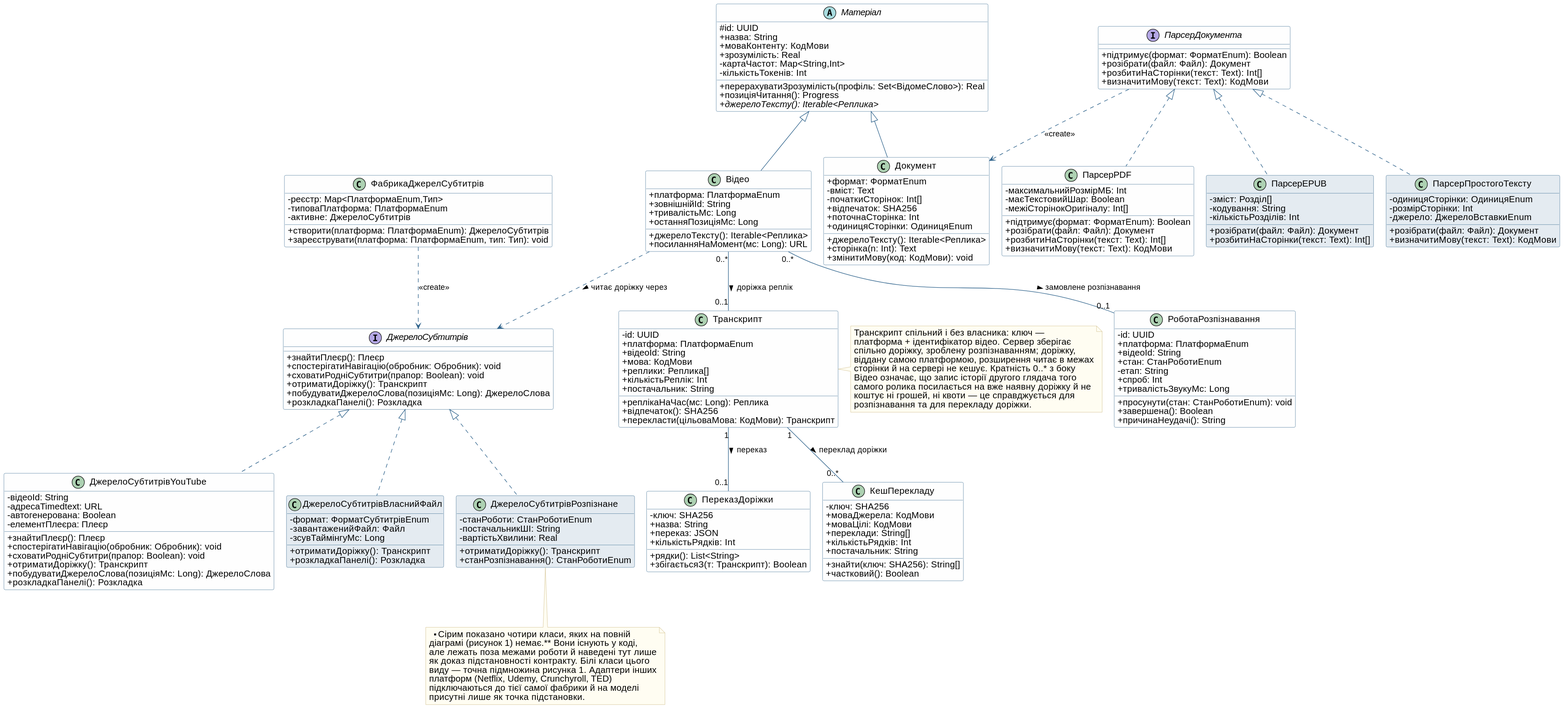
Above: lab02_classes/classes_view3.svg in vt232kod-debug/software-modeling (PlantUML), before the change.
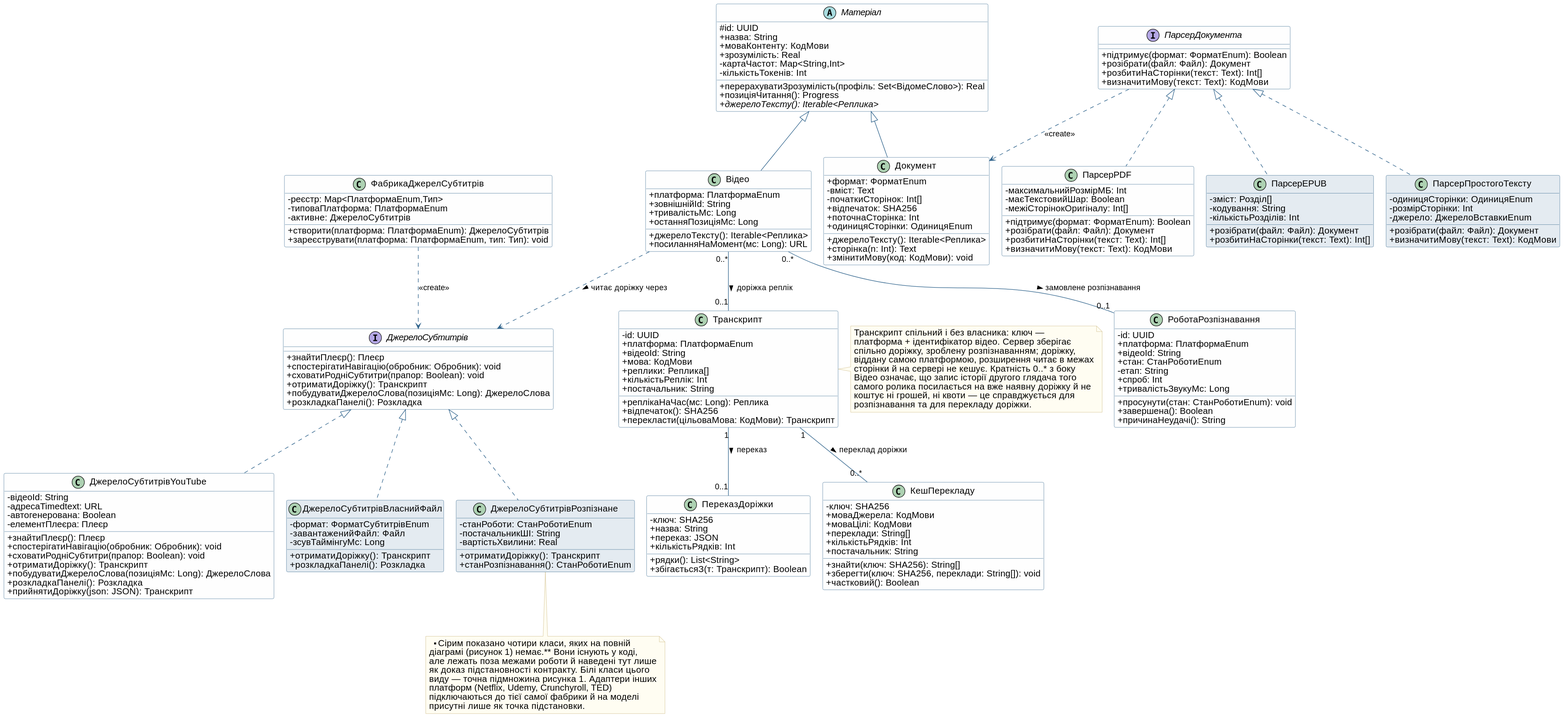
After the commit.

Diff of the diagram source:
```diff
@@ -97,6 +97,7 @@
   + кількістьРядків: Int
   + постачальник: String
   + знайти(ключ: SHA256): String[]
+  + зберегти(ключ: SHA256, переклади: String[]): void
   + частковий(): Boolean
 }
 
@@ -120,6 +121,7 @@
   + отриматиДоріжку(): Транскрипт
   + побудуватиДжерелоСлова(позиціяМс: Long): ДжерелоСлова
   + розкладкаПанелі(): Розкладка
+  + прийнятиДоріжку(json: JSON): Транскрипт
 }
 
 class ДжерелоСубтитрівВласнийФайл #E4EBF1 {
```
